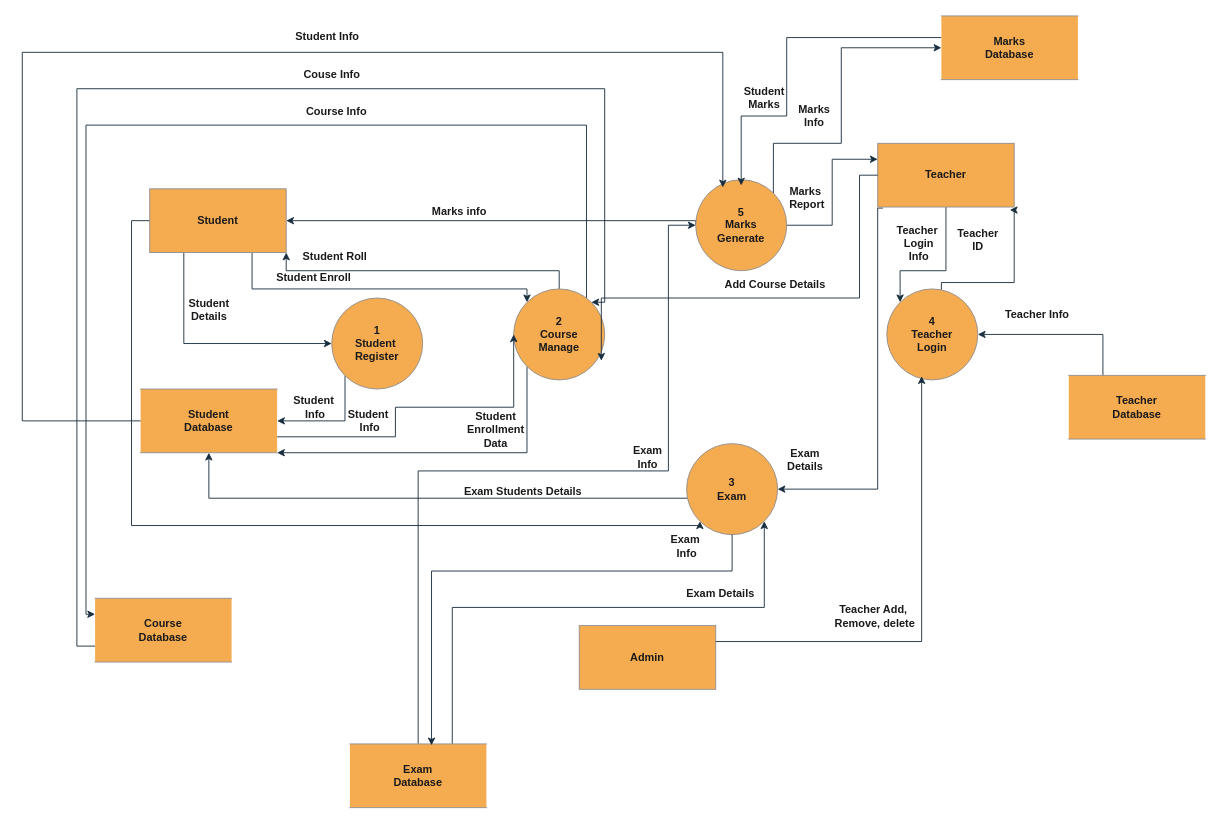
Earlier version of the draw.io diagram Untitled Diagram.drawio (Parbatnil/erd-dfd). Source tidied: cells renumbered, new cells numbered last; positions are measured from the earlier drawing's top-left corner, leaving out a move shared by most shapes. Both pictures are drawn from the tidied source at 91%, with x=0, y=0 at pixel (22, 15).
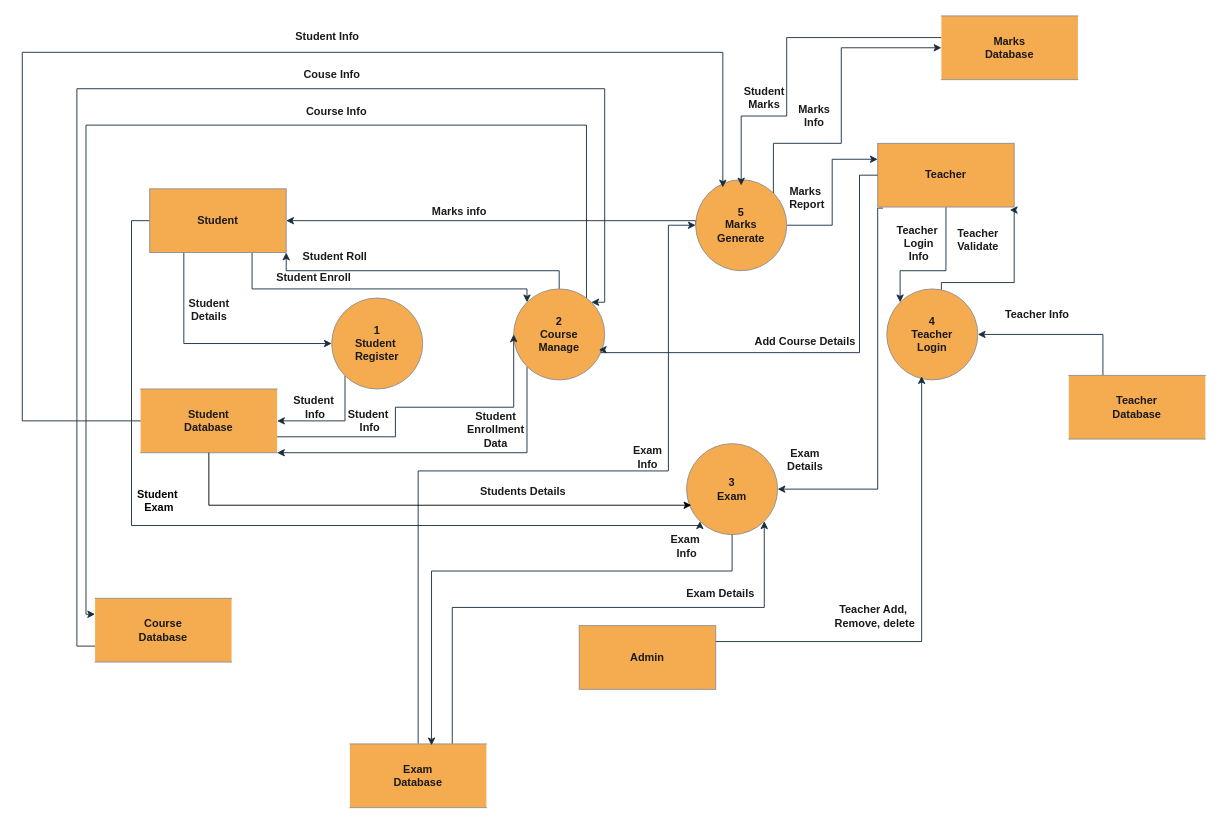
Above is the later version.

Unchanged cells that the change refers to:
```xml
<mxCell id="11" value="&lt;span&gt;2&lt;/span&gt;&lt;div&gt;&lt;span&gt;Course&lt;/span&gt;&lt;/div&gt;&lt;div&gt;&lt;span&gt;Manage&lt;/span&gt;&lt;/div&gt;" style="shape=ellipse;html=1;dashed=0;whiteSpace=wrap;perimeter=ellipsePerimeter;labelBackgroundColor=none;fillColor=#F5AB50;strokeColor=#909090;fontColor=#1A1A1A;fontStyle=1;" parent="1" vertex="1">
  <mxGeometry x="540" y="300" width="100" height="100" as="geometry" />
</mxCell>
<mxCell id="17" value="&lt;span&gt;3&lt;/span&gt;&lt;div&gt;&lt;span&gt;Exam&lt;/span&gt;&lt;/div&gt;" style="shape=ellipse;html=1;dashed=0;whiteSpace=wrap;perimeter=ellipsePerimeter;labelBackgroundColor=none;fillColor=#F5AB50;strokeColor=#909090;fontColor=#1A1A1A;fontStyle=1;" parent="1" vertex="1">
  <mxGeometry x="730" y="470" width="100" height="100" as="geometry" />
</mxCell>
<mxCell id="23" value="&lt;span&gt;Teacher&lt;/span&gt;" style="html=1;dashed=0;whiteSpace=wrap;labelBackgroundColor=none;fillColor=#F5AB50;strokeColor=#909090;fontColor=#1A1A1A;fontStyle=1;" parent="1" vertex="1">
  <mxGeometry x="940" y="140" width="150" height="70" as="geometry" />
</mxCell>
<mxCell id="29" value="&lt;div&gt;Student&lt;/div&gt;&lt;div&gt;D&lt;span style=&quot;background-color: initial;&quot;&gt;atabase&lt;/span&gt;&lt;/div&gt;" style="html=1;dashed=0;whiteSpace=wrap;shape=partialRectangle;right=0;left=0;labelBackgroundColor=none;fillColor=#F5AB50;strokeColor=#909090;fontColor=#1A1A1A;fontStyle=1;" parent="1" vertex="1">
  <mxGeometry x="130" y="410" width="150" height="70" as="geometry" />
</mxCell>
```

Diff of the diagram source:
```diff
@@
-    <mxCell id="16" style="edgeStyle=orthogonalEdgeStyle;rounded=0;jettySize=auto;html=1;exitX=0;exitY=0;exitDx=0;exitDy=0;entryX=0.5;entryY=1;entryDx=0;entryDy=0;strokeColor=#182E3E;fontColor=#1A1A1A;fontStyle=1;" parent="1" edge="1" source="17" target="29">
-      <mxGeometry relative="1" as="geometry">
-        <Array as="points">
-          <mxPoint x="745" y="530" />
-          <mxPoint x="205" y="530" />
-        </Array>
-      </mxGeometry>
-    </mxCell>
@@
-    <mxCell id="41" value="&lt;span&gt;Exam Students Details&lt;/span&gt;" style="text;html=1;align=center;verticalAlign=middle;strokeColor=none;fillColor=none;fontColor=#1A1A1A;fontStyle=1;" parent="1" vertex="1">
-      <mxGeometry x="480" y="508" width="140" height="30" as="geometry" />
+    <mxCell id="41" value="&lt;span&gt;Students Details&lt;/span&gt;" style="text;html=1;align=center;verticalAlign=middle;strokeColor=none;fillColor=none;fontColor=#1A1A1A;fontStyle=1;" parent="1" vertex="1">
+      <mxGeometry x="495" y="508" width="110" height="30" as="geometry" />
     </mxCell>
@@
-    <mxCell id="52" value="&lt;span&gt;Teacher&lt;br&gt;ID&lt;/span&gt;" style="text;html=1;align=center;verticalAlign=middle;strokeColor=none;fillColor=none;fontColor=#1A1A1A;fontStyle=1;" parent="1" vertex="1">
+    <mxCell id="52" value="&lt;span&gt;Teacher&lt;br&gt;Validate&lt;/span&gt;" style="text;html=1;align=center;verticalAlign=middle;strokeColor=none;fillColor=none;fontColor=#1A1A1A;fontStyle=1;" parent="1" vertex="1">
       <mxGeometry x="1015" y="226" width="70" height="40" as="geometry" />
     </mxCell>
@@
-    <mxCell id="55" style="edgeStyle=orthogonalEdgeStyle;rounded=0;jettySize=auto;html=1;entryX=0.963;entryY=0.789;entryDx=0;entryDy=0;entryPerimeter=0;strokeColor=#182E3E;fontColor=#1A1A1A;fontStyle=1;exitX=0;exitY=0.5;exitDx=0;exitDy=0;" parent="1" edge="1" source="23" target="11">
+    <mxCell id="55" style="edgeStyle=orthogonalEdgeStyle;rounded=0;jettySize=auto;html=1;entryX=0.936;entryY=0.668;entryDx=0;entryDy=0;entryPerimeter=0;strokeColor=#182E3E;fontColor=#1A1A1A;fontStyle=1;exitX=0;exitY=0.5;exitDx=0;exitDy=0;" parent="1" edge="1" source="23" target="11">
       <mxGeometry relative="1" as="geometry">
         <Array as="points">
           <mxPoint x="920" y="175" />
-          <mxPoint x="920" y="310" />
-          <mxPoint x="636" y="310" />
+          <mxPoint x="920" y="370" />
+          <mxPoint x="636" y="370" />
+          <mxPoint x="636" y="367" />
         </Array>
       </mxGeometry>
     </mxCell>
     <mxCell id="56" value="Add Course Details" style="text;html=1;align=center;verticalAlign=middle;strokeColor=none;fillColor=none;fontColor=#1A1A1A;fontStyle=1;" parent="1" vertex="1">
-      <mxGeometry x="762" y="280" width="130" height="30" as="geometry" />
+      <mxGeometry x="795" y="343" width="130" height="30" as="geometry" />
     </mxCell>
@@
+    <mxCell id="62" style="edgeStyle=orthogonalEdgeStyle;rounded=0;jettySize=auto;html=1;exitX=0.5;exitY=1;exitDx=0;exitDy=0;entryX=0.052;entryY=0.677;entryDx=0;entryDy=0;entryPerimeter=0;" parent="1" edge="1" source="29" target="17">
+      <mxGeometry relative="1" as="geometry" />
+    </mxCell>
+    <mxCell id="63" value="&lt;b&gt;Student&amp;nbsp;&lt;br&gt;Exam&lt;/b&gt;" style="text;html=1;align=center;verticalAlign=middle;strokeColor=none;fillColor=none;" parent="1" vertex="1">
+      <mxGeometry x="115" y="513" width="70" height="40" as="geometry" />
+    </mxCell>
```
